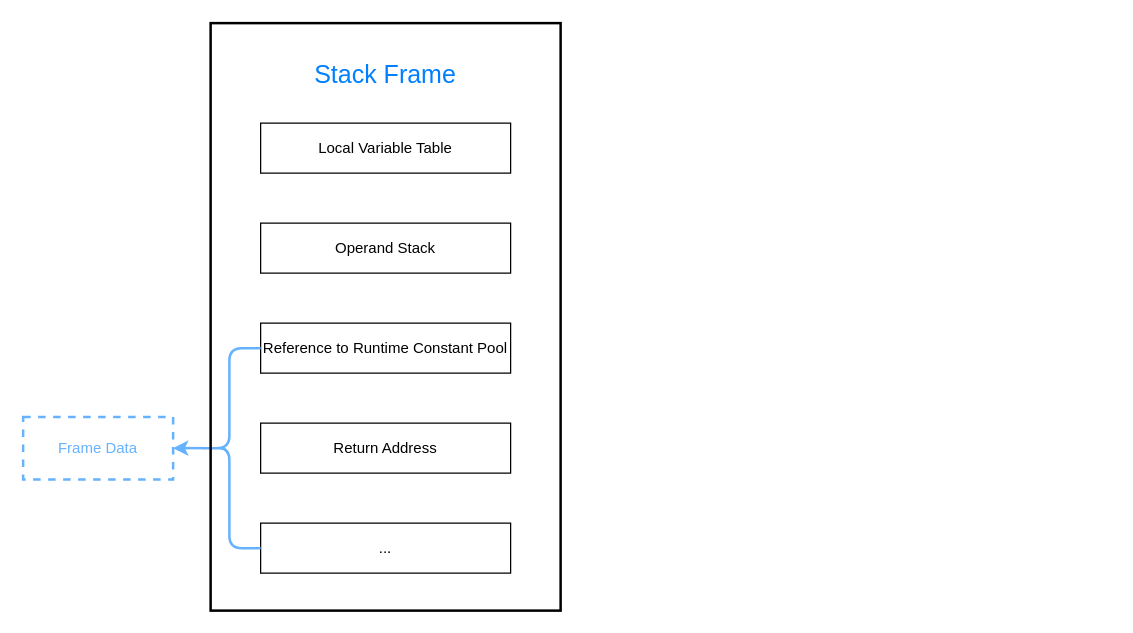
The draw.io diagram Stack Frame Diagram.drawio in LamentWy/pic-repo, before the edit. Source tidied: cells renumbered, new cells numbered last; positions are measured from the earlier drawing's top-left corner, leaving out a move shared by most shapes. Both pictures are drawn from the tidied source at 125%, with x=0, y=0 at pixel (22, 22).
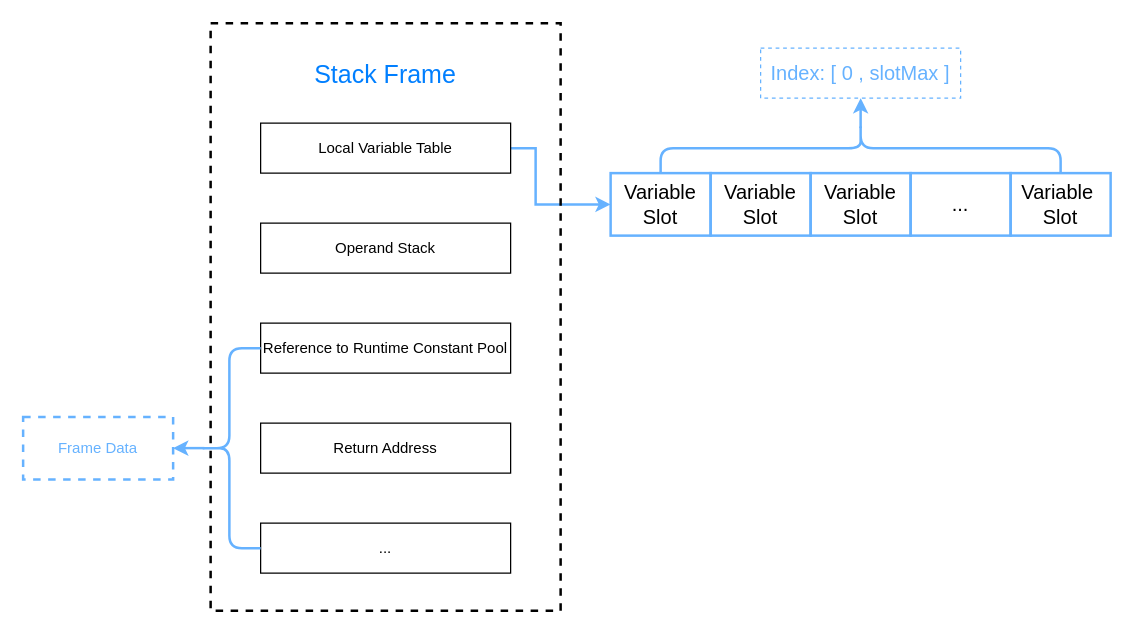
The same diagram, later.

Unchanged cells that the change refers to:
```xml
<mxCell id="2" value="Local Variable Table" style="rounded=0;whiteSpace=wrap;html=1;" parent="1" vertex="1">
  <mxGeometry x="190" y="80" width="200" height="40" as="geometry" />
</mxCell>
```

Change to the diagram source:
```diff
@@
+    <mxCell id="12" style="edgeStyle=orthogonalEdgeStyle;rounded=0;jettySize=auto;html=1;exitX=1;exitY=0.5;exitDx=0;exitDy=0;strokeColor=#66B2FF;strokeWidth=2;entryX=0;entryY=0.5;entryDx=0;entryDy=0;" parent="1" edge="1" source="2" target="13">
+      <mxGeometry relative="1" as="geometry">
+        <Array as="points">
+          <mxPoint x="410" y="100" />
+          <mxPoint x="410" y="145" />
+        </Array>
+      </mxGeometry>
+    </mxCell>
@@
-    <mxCell id="10" style="rounded=0;whiteSpace=wrap;html=1;strokeWidth=2;fillColor=none;" parent="1" vertex="1">
+    <mxCell id="10" style="rounded=0;whiteSpace=wrap;html=1;strokeWidth=2;fillColor=none;dashed=1;" parent="1" vertex="1">
       <mxGeometry x="150" width="280" height="470" as="geometry" />
     </mxCell>
@@
+    <mxCell id="13" value="&lt;font style=&quot;font-size: 16px&quot;&gt;Variable &lt;br&gt;Slot&lt;/font&gt;" style="rounded=0;whiteSpace=wrap;html=1;strokeColor=#66B2FF;strokeWidth=2;fillColor=none;" parent="1" vertex="1">
+      <mxGeometry x="470" y="120" width="80" height="50" as="geometry" />
+    </mxCell>
+    <mxCell id="14" value="&lt;font style=&quot;font-size: 16px&quot;&gt;Variable &lt;br&gt;Slot&lt;/font&gt;" style="rounded=0;whiteSpace=wrap;html=1;strokeColor=#66B2FF;strokeWidth=2;fillColor=none;" parent="1" vertex="1">
+      <mxGeometry x="550" y="120" width="80" height="50" as="geometry" />
+    </mxCell>
+    <mxCell id="15" value="&lt;font style=&quot;font-size: 16px&quot;&gt;Variable &lt;br&gt;Slot&lt;/font&gt;" style="rounded=0;whiteSpace=wrap;html=1;strokeColor=#66B2FF;strokeWidth=2;fillColor=none;" parent="1" vertex="1">
+      <mxGeometry x="630" y="120" width="80" height="50" as="geometry" />
+    </mxCell>
+    <mxCell id="16" value="&lt;span style=&quot;font-size: 16px&quot;&gt;...&lt;/span&gt;" style="rounded=0;whiteSpace=wrap;html=1;strokeColor=#66B2FF;strokeWidth=2;fillColor=none;" parent="1" vertex="1">
+      <mxGeometry x="710" y="120" width="80" height="50" as="geometry" />
+    </mxCell>
+    <mxCell id="17" value="&lt;span style=&quot;font-size: 16px&quot;&gt;Variable&amp;nbsp;&lt;/span&gt;&lt;br style=&quot;font-size: 16px&quot;&gt;&lt;span style=&quot;font-size: 16px&quot;&gt;Slot&lt;/span&gt;" style="rounded=0;whiteSpace=wrap;html=1;strokeColor=#66B2FF;strokeWidth=2;fillColor=none;" parent="1" vertex="1">
+      <mxGeometry x="790" y="120" width="80" height="50" as="geometry" />
+    </mxCell>
+    <mxCell id="18" value="&lt;font style=&quot;font-size: 16px&quot; color=&quot;#66b2ff&quot;&gt;Index: [ 0 , slotMax ]&lt;/font&gt;" style="text;html=1;fillColor=none;align=center;verticalAlign=middle;whiteSpace=wrap;rounded=0;dashed=1;strokeColor=#66B2FF;" parent="1" vertex="1">
+      <mxGeometry x="590" y="20" width="160" height="40" as="geometry" />
+    </mxCell>
+    <mxCell id="19" style="edgeStyle=orthogonalEdgeStyle;rounded=0;jettySize=auto;html=1;exitX=0.1;exitY=0.5;exitDx=0;exitDy=0;exitPerimeter=0;strokeColor=#66B2FF;strokeWidth=2;" parent="1" edge="1" source="20">
+      <mxGeometry relative="1" as="geometry">
+        <mxPoint x="670" y="60" as="targetPoint" />
+      </mxGeometry>
+    </mxCell>
+    <mxCell id="20" style="shape=curlyBracket;whiteSpace=wrap;html=1;rounded=1;strokeColor=#66B2FF;strokeWidth=2;fillColor=none;direction=south;" parent="1" vertex="1">
+      <mxGeometry x="510" y="80" width="320" height="40" as="geometry" />
+    </mxCell>
```
